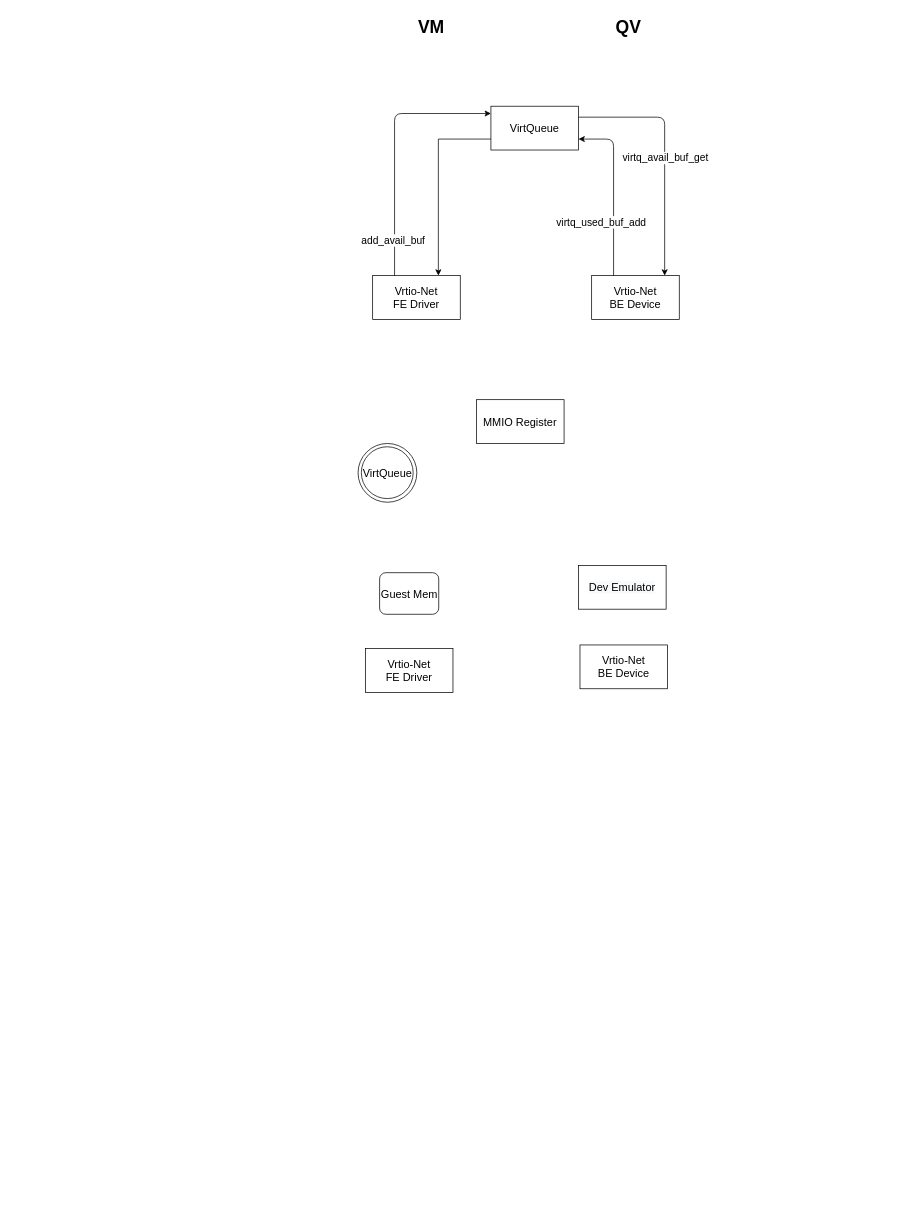
Before: page "第 3 页" (3 of 4) of virtio-net.drawio in SongXiaoLongg/DrawIO, a draw.io diagram. Source tidied: cells renumbered, new cells numbered last; positions are measured from the earlier drawing's top-left corner, leaving out a move shared by most shapes. Both pictures are drawn from the tidied source at 73%, with x=0, y=0 at pixel (358, 12).
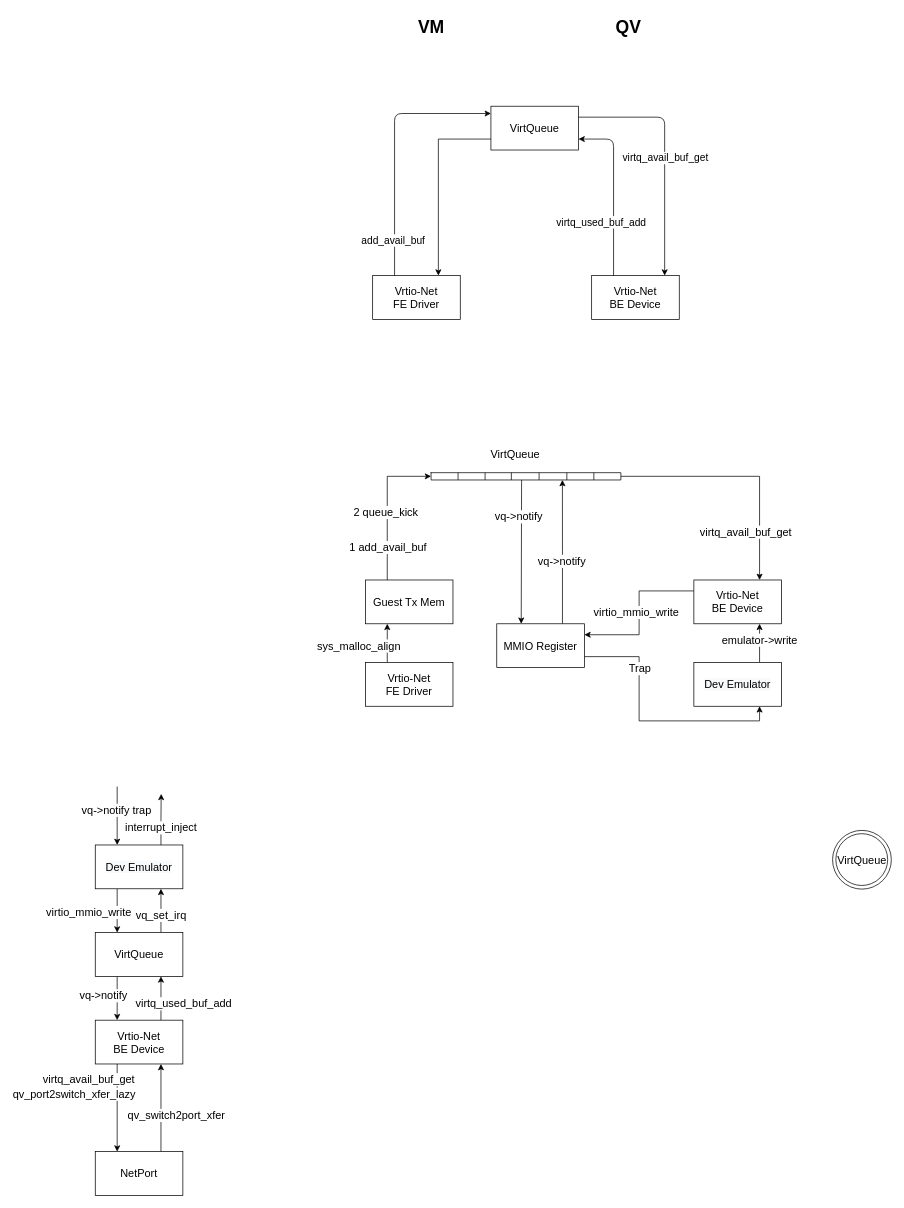
The same page after the edit.

The edit, as a diff of the source:
```diff
@@
+    <mxCell id="22" style="edgeStyle=orthogonalEdgeStyle;rounded=0;jettySize=auto;html=1;exitX=0.25;exitY=0;exitDx=0;exitDy=0;entryX=0.25;entryY=1;entryDx=0;entryDy=0;fontSize=15;" parent="1" edge="1" source="14" target="47">
+      <mxGeometry relative="1" as="geometry" />
+    </mxCell>
+    <mxCell id="23" value="sys_malloc_align" style="edgeLabel;html=1;align=center;verticalAlign=middle;fontSize=15;" parent="22" vertex="1">
+      <mxGeometry x="-0.09" relative="1" as="geometry">
+        <mxPoint x="-40" as="offset" />
+      </mxGeometry>
+    </mxCell>
     <mxCell id="14" value="Vrtio-Net&lt;br&gt;FE Driver" style="rounded=0;whiteSpace=wrap;html=1;fontSize=15;" parent="1" vertex="1">
-      <mxGeometry x="10" y="871" width="120" height="60" as="geometry" />
+      <mxGeometry x="10" y="890" width="120" height="60" as="geometry" />
     </mxCell>
     <mxCell id="15" style="group;" parent="1" vertex="1">
-      <mxGeometry y="590" width="80.5" height="80.5" as="geometry" />
+      <mxGeometry x="650" y="1120" width="80.5" height="80.5" as="geometry" />
     </mxCell>
@@
-    <mxCell id="18" value="Guest Mem" style="rounded=1;whiteSpace=wrap;html=1;fontSize=15;" parent="1" vertex="1">
-      <mxGeometry x="29.5" y="767" width="81" height="57" as="geometry" />
-    </mxCell>
+    <mxCell id="24" style="edgeStyle=orthogonalEdgeStyle;rounded=0;jettySize=auto;html=1;fontSize=15;entryX=0.25;entryY=0;entryDx=0;entryDy=0;exitX=0.477;exitY=0.974;exitDx=0;exitDy=0;exitPerimeter=0;" parent="1" edge="1" source="35">
+      <mxGeometry relative="1" as="geometry">
+        <mxPoint x="223.5" y="837" as="targetPoint" />
+        <Array as="points">
+          <mxPoint x="224" y="643" />
+        </Array>
+      </mxGeometry>
+    </mxCell>
+    <mxCell id="25" value="vq-&amp;gt;notify" style="edgeLabel;html=1;align=center;verticalAlign=middle;fontSize=15;" parent="24" vertex="1">
+      <mxGeometry x="-0.36" y="-1" relative="1" as="geometry">
+        <mxPoint x="-3" y="-13" as="offset" />
+      </mxGeometry>
+    </mxCell>
+    <mxCell id="26" style="edgeStyle=orthogonalEdgeStyle;rounded=0;jettySize=auto;html=1;exitX=1;exitY=0.75;exitDx=0;exitDy=0;entryX=0.75;entryY=1;entryDx=0;entryDy=0;fontSize=15;" parent="1" edge="1" source="19" target="21">
+      <mxGeometry relative="1" as="geometry" />
+    </mxCell>
+    <mxCell id="27" value="Trap" style="edgeLabel;html=1;align=center;verticalAlign=middle;fontSize=15;" parent="26" vertex="1">
+      <mxGeometry x="-0.48" relative="1" as="geometry" />
+    </mxCell>
+    <mxCell id="28" style="edgeStyle=orthogonalEdgeStyle;rounded=0;jettySize=auto;html=1;exitX=0.75;exitY=0;exitDx=0;exitDy=0;entryX=0.692;entryY=1;entryDx=0;entryDy=0;entryPerimeter=0;fontSize=15;" parent="1" edge="1" source="19" target="35">
+      <mxGeometry relative="1" as="geometry" />
+    </mxCell>
+    <mxCell id="29" value="vq-&amp;gt;notify" style="edgeLabel;html=1;align=center;verticalAlign=middle;fontSize=15;" parent="28" vertex="1">
+      <mxGeometry x="-0.12" y="2" relative="1" as="geometry" />
+    </mxCell>
     <mxCell id="19" value="MMIO Register" style="rounded=0;whiteSpace=wrap;html=1;fontSize=15;" parent="1" vertex="1">
-      <mxGeometry x="162.2" y="530" width="120" height="60" as="geometry" />
+      <mxGeometry x="190" y="837" width="120" height="60" as="geometry" />
     </mxCell>
+    <mxCell id="30" style="edgeStyle=orthogonalEdgeStyle;rounded=0;jettySize=auto;html=1;exitX=0;exitY=0.25;exitDx=0;exitDy=0;entryX=1;entryY=0.25;entryDx=0;entryDy=0;fontSize=15;" parent="1" edge="1" source="20" target="19">
+      <mxGeometry relative="1" as="geometry" />
+    </mxCell>
+    <mxCell id="31" value="virtio_mmio_write" style="edgeLabel;html=1;align=center;verticalAlign=middle;fontSize=15;" parent="30" vertex="1">
+      <mxGeometry x="-0.23" relative="1" as="geometry">
+        <mxPoint x="-5" y="22" as="offset" />
+      </mxGeometry>
+    </mxCell>
     <mxCell id="20" value="Vrtio-Net&lt;br&gt;BE Device" style="rounded=0;whiteSpace=wrap;html=1;fontSize=15;" parent="1" vertex="1">
-      <mxGeometry x="304" y="866" width="120" height="60" as="geometry" />
+      <mxGeometry x="460" y="777" width="120" height="60" as="geometry" />
     </mxCell>
+    <mxCell id="32" style="edgeStyle=orthogonalEdgeStyle;rounded=0;jettySize=auto;html=1;exitX=0.75;exitY=0;exitDx=0;exitDy=0;entryX=0.75;entryY=1;entryDx=0;entryDy=0;fontSize=15;" parent="1" edge="1" source="21" target="20">
+      <mxGeometry relative="1" as="geometry" />
+    </mxCell>
+    <mxCell id="33" value="emulator-&amp;gt;write" style="edgeLabel;html=1;align=center;verticalAlign=middle;fontSize=15;" parent="32" vertex="1">
+      <mxGeometry x="0.2" y="1" relative="1" as="geometry" />
+    </mxCell>
     <mxCell id="21" value="&lt;span style=&quot;background-color: rgb(248, 249, 250);&quot;&gt;Dev Emulator&lt;/span&gt;" style="rounded=0;whiteSpace=wrap;html=1;fontSize=15;" parent="1" vertex="1">
-      <mxGeometry x="302" y="757" width="120" height="60" as="geometry" />
+      <mxGeometry x="460" y="890" width="120" height="60" as="geometry" />
     </mxCell>
+    <mxCell id="34" style="shape=table;startSize=0;childLayout=tableLayout;fontSize=15;" parent="1" vertex="1">
+      <mxGeometry x="100" y="630" width="260" height="10" as="geometry" />
+    </mxCell>
+    <mxCell id="35" style="shape=tableRow;horizontal=0;startSize=0;swimlaneHead=0;swimlaneBody=0;top=0;left=0;bottom=0;right=0;fillColor=none;points=[[0,0.5],[1,0.5]];portConstraint=eastwest;fontSize=15;" parent="34" vertex="1">
+      <mxGeometry width="260" height="10" as="geometry" />
+    </mxCell>
+    <mxCell id="36" style="shape=partialRectangle;html=1;whiteSpace=wrap;overflow=hidden;fillColor=none;top=0;left=0;bottom=0;right=0;fontSize=15;" parent="35" vertex="1">
+      <mxGeometry width="37" height="10" as="geometry" />
+    </mxCell>
+    <mxCell id="37" style="shape=partialRectangle;html=1;whiteSpace=wrap;overflow=hidden;fillColor=none;top=0;left=0;bottom=0;right=0;fontSize=15;" parent="35" vertex="1">
+      <mxGeometry x="37" width="37" height="10" as="geometry" />
+    </mxCell>
+    <mxCell id="38" style="shape=partialRectangle;html=1;whiteSpace=wrap;overflow=hidden;fillColor=none;top=0;left=0;bottom=0;right=0;fontSize=15;" parent="35" vertex="1">
+      <mxGeometry x="74" width="36" height="10" as="geometry" />
+    </mxCell>
+    <mxCell id="39" style="shape=partialRectangle;html=1;whiteSpace=wrap;overflow=hidden;fillColor=none;top=0;left=0;bottom=0;right=0;fontSize=15;" parent="35" vertex="1">
+      <mxGeometry x="110" width="38" height="10" as="geometry" />
+    </mxCell>
+    <mxCell id="40" style="shape=partialRectangle;html=1;whiteSpace=wrap;overflow=hidden;fillColor=none;top=0;left=0;bottom=0;right=0;fontSize=15;" parent="35" vertex="1">
+      <mxGeometry x="148" width="38" height="10" as="geometry" />
+    </mxCell>
+    <mxCell id="41" style="shape=partialRectangle;html=1;whiteSpace=wrap;overflow=hidden;fillColor=none;top=0;left=0;bottom=0;right=0;fontSize=15;" parent="35" vertex="1">
+      <mxGeometry x="186" width="37" height="10" as="geometry" />
+    </mxCell>
+    <mxCell id="42" style="shape=partialRectangle;html=1;whiteSpace=wrap;overflow=hidden;fillColor=none;top=0;left=0;bottom=0;right=0;fontSize=15;" parent="35" vertex="1">
+      <mxGeometry x="223" width="37" height="10" as="geometry" />
+    </mxCell>
+    <mxCell id="43" value="VirtQueue" style="text;html=1;align=center;verticalAlign=middle;strokeColor=none;fillColor=none;fontSize=15;" parent="1" vertex="1">
+      <mxGeometry x="170" y="590" width="90" height="30" as="geometry" />
+    </mxCell>
+    <mxCell id="44" style="edgeStyle=orthogonalEdgeStyle;rounded=0;jettySize=auto;html=1;exitX=0.25;exitY=0;exitDx=0;exitDy=0;entryX=0;entryY=0.5;entryDx=0;entryDy=0;fontSize=15;" parent="1" edge="1" source="47" target="35">
+      <mxGeometry relative="1" as="geometry" />
+    </mxCell>
+    <mxCell id="45" value="1 add_avail_buf" style="edgeLabel;html=1;align=center;verticalAlign=middle;fontSize=15;" parent="44" vertex="1">
+      <mxGeometry x="-0.53" y="1" relative="1" as="geometry">
+        <mxPoint x="1" y="1" as="offset" />
+      </mxGeometry>
+    </mxCell>
+    <mxCell id="46" value="2&amp;nbsp;queue_kick&amp;nbsp;" style="edgeLabel;html=1;align=center;verticalAlign=middle;fontSize=15;" parent="44" vertex="1">
+      <mxGeometry x="-0.07" y="1" relative="1" as="geometry" />
+    </mxCell>
+    <mxCell id="47" value="Guest Tx Mem" style="rounded=0;whiteSpace=wrap;html=1;fontSize=15;" parent="1" vertex="1">
+      <mxGeometry x="10" y="777" width="120" height="60" as="geometry" />
+    </mxCell>
+    <mxCell id="48" style="edgeStyle=orthogonalEdgeStyle;rounded=0;jettySize=auto;html=1;exitX=1;exitY=0.5;exitDx=0;exitDy=0;entryX=0.75;entryY=0;entryDx=0;entryDy=0;fontSize=15;" parent="1" edge="1" source="35" target="20">
+      <mxGeometry relative="1" as="geometry" />
+    </mxCell>
+    <mxCell id="49" value="virtq_avail_buf_get" style="edgeLabel;html=1;align=center;verticalAlign=middle;fontSize=15;" parent="48" vertex="1">
+      <mxGeometry x="-0.19" relative="1" as="geometry">
+        <mxPoint x="36" y="75" as="offset" />
+      </mxGeometry>
+    </mxCell>
+    <mxCell id="50" style="edgeStyle=orthogonalEdgeStyle;rounded=0;jettySize=auto;html=1;exitX=0.25;exitY=1;exitDx=0;exitDy=0;entryX=0.25;entryY=0;entryDx=0;entryDy=0;fontSize=15;" parent="1" edge="1" source="54">
+      <mxGeometry relative="1" as="geometry">
+        <mxPoint x="-330" y="1380" as="targetPoint" />
+      </mxGeometry>
+    </mxCell>
+    <mxCell id="51" value="vq-&amp;gt;notify" style="edgeLabel;html=1;align=center;verticalAlign=middle;fontSize=15;" parent="50" vertex="1">
+      <mxGeometry x="-0.19" relative="1" as="geometry">
+        <mxPoint x="-20" as="offset" />
+      </mxGeometry>
+    </mxCell>
+    <mxCell id="52" style="edgeStyle=orthogonalEdgeStyle;rounded=0;jettySize=auto;html=1;exitX=0.75;exitY=0;exitDx=0;exitDy=0;entryX=0.75;entryY=1;entryDx=0;entryDy=0;fontSize=15;" parent="1" edge="1" source="54" target="59">
+      <mxGeometry relative="1" as="geometry" />
+    </mxCell>
+    <mxCell id="53" value="vq_set_irq" style="edgeLabel;html=1;align=center;verticalAlign=middle;fontSize=15;" parent="52" vertex="1">
+      <mxGeometry x="-0.16" y="1" relative="1" as="geometry" />
+    </mxCell>
+    <mxCell id="54" value="VirtQueue" style="rounded=0;whiteSpace=wrap;html=1;fontSize=15;" parent="1" vertex="1">
+      <mxGeometry x="-360" y="1260" width="120" height="60" as="geometry" />
+    </mxCell>
+    <mxCell id="55" style="edgeStyle=orthogonalEdgeStyle;rounded=0;jettySize=auto;html=1;exitX=0.25;exitY=1;exitDx=0;exitDy=0;entryX=0.25;entryY=0;entryDx=0;entryDy=0;fontSize=15;" parent="1" edge="1" source="59" target="54">
+      <mxGeometry relative="1" as="geometry" />
+    </mxCell>
+    <mxCell id="56" value="virtio_mmio_write" style="edgeLabel;html=1;align=center;verticalAlign=middle;fontSize=15;" parent="55" vertex="1">
+      <mxGeometry x="-0.21" y="-1" relative="1" as="geometry">
+        <mxPoint x="-39" y="7" as="offset" />
+      </mxGeometry>
+    </mxCell>
+    <mxCell id="57" style="edgeStyle=orthogonalEdgeStyle;rounded=0;jettySize=auto;html=1;exitX=0.75;exitY=0;exitDx=0;exitDy=0;fontSize=15;" parent="1" edge="1" source="59">
+      <mxGeometry relative="1" as="geometry">
+        <mxPoint x="-269.7" y="1070" as="targetPoint" />
+      </mxGeometry>
+    </mxCell>
+    <mxCell id="58" value="interrupt_inject" style="edgeLabel;html=1;align=center;verticalAlign=middle;fontSize=15;" parent="57" vertex="1">
+      <mxGeometry x="-0.29" y="1" relative="1" as="geometry" />
+    </mxCell>
+    <mxCell id="59" value="&lt;span style=&quot;background-color: rgb(248, 249, 250);&quot;&gt;Dev Emulator&lt;/span&gt;" style="rounded=0;whiteSpace=wrap;html=1;fontSize=15;" parent="1" vertex="1">
+      <mxGeometry x="-360" y="1140" width="120" height="60" as="geometry" />
+    </mxCell>
+    <mxCell id="60" style="endArrow=classic;html=1;rounded=0;fontSize=15;entryX=0.25;entryY=0;entryDx=0;entryDy=0;" parent="1" edge="1" target="59">
+      <mxGeometry relative="1" as="geometry">
+        <mxPoint x="-330" y="1060" as="sourcePoint" />
+      </mxGeometry>
+    </mxCell>
+    <mxCell id="61" value="vq-&amp;gt;notify trap" style="edgeLabel;html=1;align=center;verticalAlign=middle;fontSize=15;" parent="60" vertex="1">
+      <mxGeometry x="-0.22" y="-2" relative="1" as="geometry" />
+    </mxCell>
+    <mxCell id="62" style="edgeStyle=orthogonalEdgeStyle;rounded=0;jettySize=auto;html=1;exitX=0.25;exitY=1;exitDx=0;exitDy=0;entryX=0.25;entryY=0;entryDx=0;entryDy=0;fontSize=15;" parent="1" edge="1" source="67" target="70">
+      <mxGeometry relative="1" as="geometry" />
+    </mxCell>
+    <mxCell id="63" value="qv_port2switch_xfer_lazy" style="edgeLabel;html=1;align=center;verticalAlign=middle;fontSize=15;" parent="62" vertex="1">
+      <mxGeometry x="-0.17" y="-1" relative="1" as="geometry">
+        <mxPoint x="-59" y="-10" as="offset" />
+      </mxGeometry>
+    </mxCell>
+    <mxCell id="64" value="virtq_avail_buf_get" style="edgeLabel;html=1;align=center;verticalAlign=middle;fontSize=15;" parent="62" vertex="1">
+      <mxGeometry x="-0.4" relative="1" as="geometry">
+        <mxPoint x="-40" y="-16" as="offset" />
+      </mxGeometry>
+    </mxCell>
+    <mxCell id="65" style="edgeStyle=orthogonalEdgeStyle;rounded=0;jettySize=auto;html=1;exitX=0.75;exitY=0;exitDx=0;exitDy=0;entryX=0.75;entryY=1;entryDx=0;entryDy=0;fontSize=15;" parent="1" edge="1" source="67" target="54">
+      <mxGeometry relative="1" as="geometry" />
+    </mxCell>
+    <mxCell id="66" value="virtq_used_buf_add" style="edgeLabel;html=1;align=center;verticalAlign=middle;fontSize=15;" parent="65" vertex="1">
+      <mxGeometry x="-0.2" y="1" relative="1" as="geometry">
+        <mxPoint x="31" as="offset" />
+      </mxGeometry>
+    </mxCell>
+    <mxCell id="67" value="Vrtio-Net&lt;br&gt;BE Device" style="rounded=0;whiteSpace=wrap;html=1;fontSize=15;" parent="1" vertex="1">
+      <mxGeometry x="-360" y="1380" width="120" height="60" as="geometry" />
+    </mxCell>
+    <mxCell id="68" style="edgeStyle=orthogonalEdgeStyle;rounded=0;jettySize=auto;html=1;exitX=0.75;exitY=0;exitDx=0;exitDy=0;entryX=0.75;entryY=1;entryDx=0;entryDy=0;fontSize=15;" parent="1" edge="1" source="70" target="67">
+      <mxGeometry relative="1" as="geometry" />
+    </mxCell>
+    <mxCell id="69" value="qv_switch2port_xfer" style="edgeLabel;html=1;align=center;verticalAlign=middle;fontSize=15;" parent="68" vertex="1">
+      <mxGeometry x="-0.42" y="1" relative="1" as="geometry">
+        <mxPoint x="21" y="-16" as="offset" />
+      </mxGeometry>
+    </mxCell>
+    <mxCell id="70" value="NetPort" style="rounded=0;whiteSpace=wrap;html=1;fontSize=15;" parent="1" vertex="1">
+      <mxGeometry x="-360" y="1560" width="120" height="60" as="geometry" />
+    </mxCell>
```
